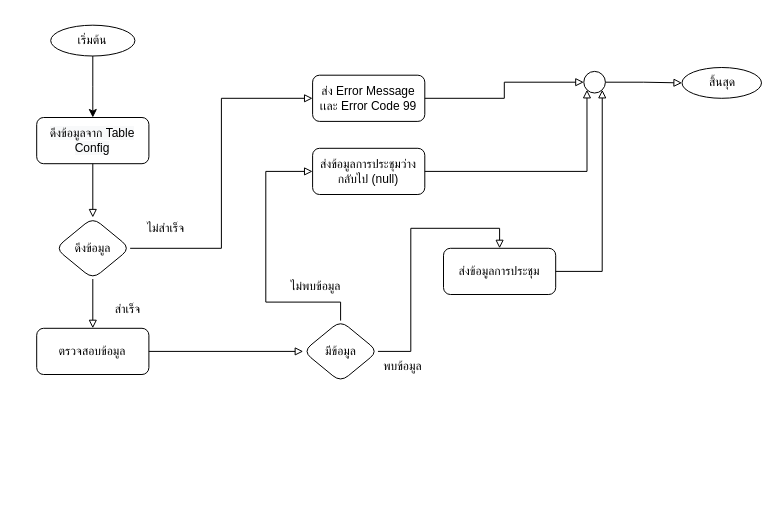
This is meetingInfo.drawio from charifrodmanee/charifrodmanee, a draw.io file, before an edit. Source tidied: cells renumbered, new cells numbered last; positions are measured from the earlier drawing's top-left corner, leaving out a move shared by most shapes. Both pictures are drawn from the tidied source at 100%, with x=0, y=0 at pixel (17, 17).
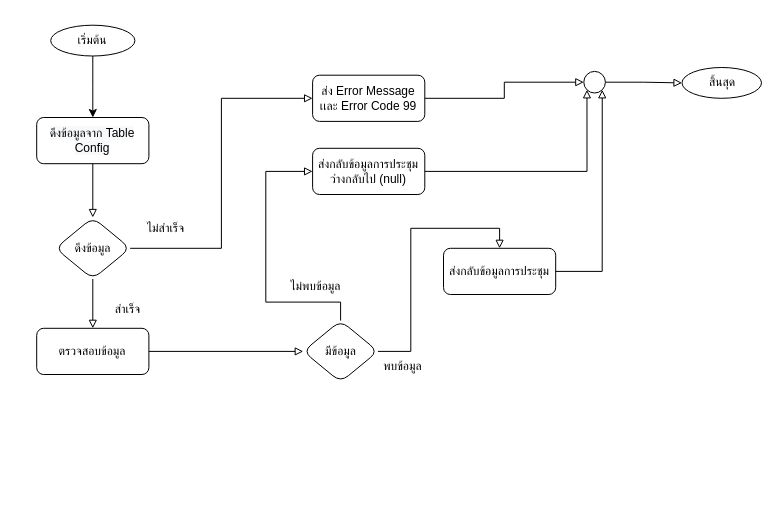
After the change.

Unchanged cells that the change refers to:
```xml
<mxCell id="3" style="group;" parent="2" vertex="1">
  <mxGeometry x="19.2" y="7.7" width="724.8" height="356.9" as="geometry" />
</mxCell>
```

Diff of the diagram source:
```diff
@@
-    <mxCell id="18" value="ส่งข้อมูลการประชุมว่างกลับไป (null)" style="whiteSpace=wrap;html=1;rounded=1;" parent="3" vertex="1">
+    <mxCell id="18" value="ส่งกลับข้อมูลการประชุมว่างกลับไป (null)" style="whiteSpace=wrap;html=1;rounded=1;" parent="3" vertex="1">
       <mxGeometry x="275.9" y="123.1" width="112.2" height="46.2" as="geometry" />
     </mxCell>
@@
-    <mxCell id="22" value="ส่งข้อมูลการประชุม" style="whiteSpace=wrap;html=1;rounded=1;" parent="3" vertex="1">
+    <mxCell id="22" value="ส่งกลับข้อมูลการประชุม" style="whiteSpace=wrap;html=1;rounded=1;" parent="3" vertex="1">
       <mxGeometry x="406.8" y="223.1" width="112.2" height="46.2" as="geometry" />
     </mxCell>
```
